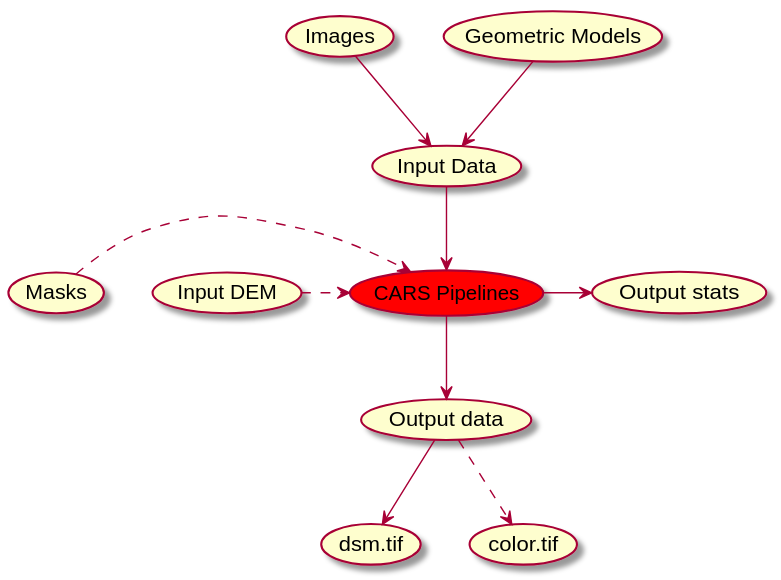
CNES/cars keeps this PlantUML diagram as docs/source/diagrams/cars_inputs_outputs.svg. Above is the earlier version.
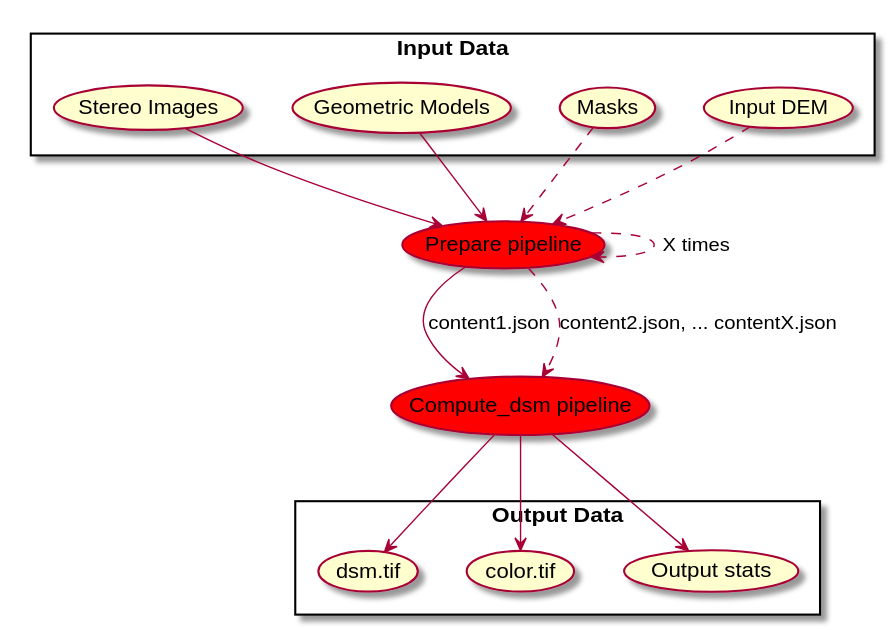
The same diagram one commit later.

What changed in the source:
```diff
@@ -1,25 +1,28 @@
 @startuml
 
+rectangle "Input Data" {
+(Stereo Images) as img
+(Geometric Models) as geom
+(Masks) as masks
+(Input DEM) as dem
+}
+(Prepare pipeline) as cars_prepare #red
+(Compute_dsm pipeline) as cars_compute #red
+rectangle "Output Data" {
+(dsm.tif) as dsm
+(color.tif) as color
+(Output stats) as output_stats
+}
 
-  (Images) as img
-  (Geometric Models) as geom
-  (Input Data) as input
-  (Masks) as masks
-  (Input DEM) as dem
-  (CARS Pipelines) as cars #red
-  (Output data) as output
-  (dsm.tif) as dsm
-  (color.tif) as color
-  (Output stats) as output_stats
+img --> cars_prepare
+geom --> cars_prepare
+masks ..> cars_prepare
+dem ..> cars_prepare
+cars_prepare ..> cars_prepare : X times
+cars_prepare --> cars_compute : content1.json
+cars_prepare ..> cars_compute : content2.json, ... contentX.json
+cars_compute --> dsm
+cars_compute --> color
+cars_compute --> output_stats
 
-  img --> input
-  geom --> input
-  input --> cars
-  masks .right.> cars
-  dem .right.> cars
-  cars--> output
-  output --> dsm
-  output ..> color
-  cars -right-> output_stats
-
-  @enduml
+@enduml
```
